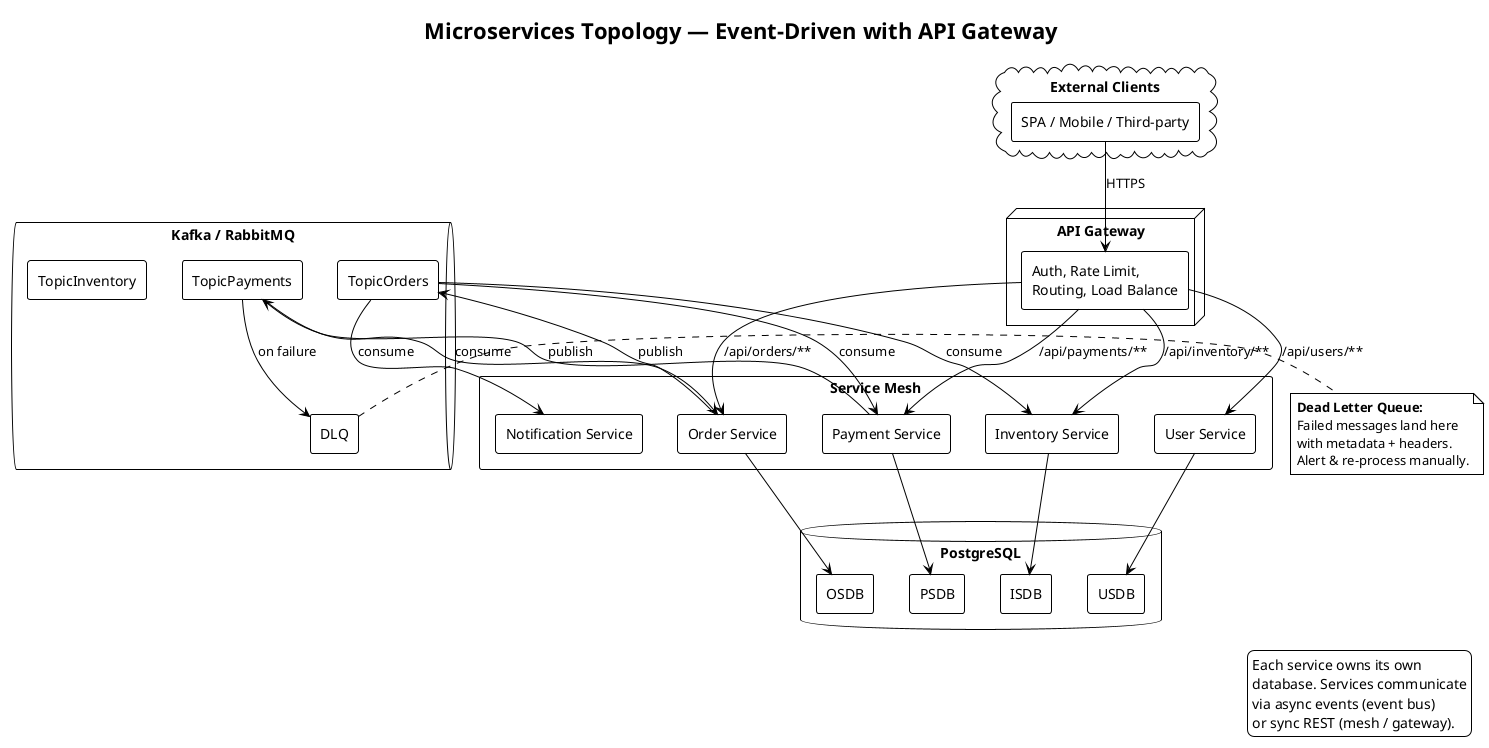
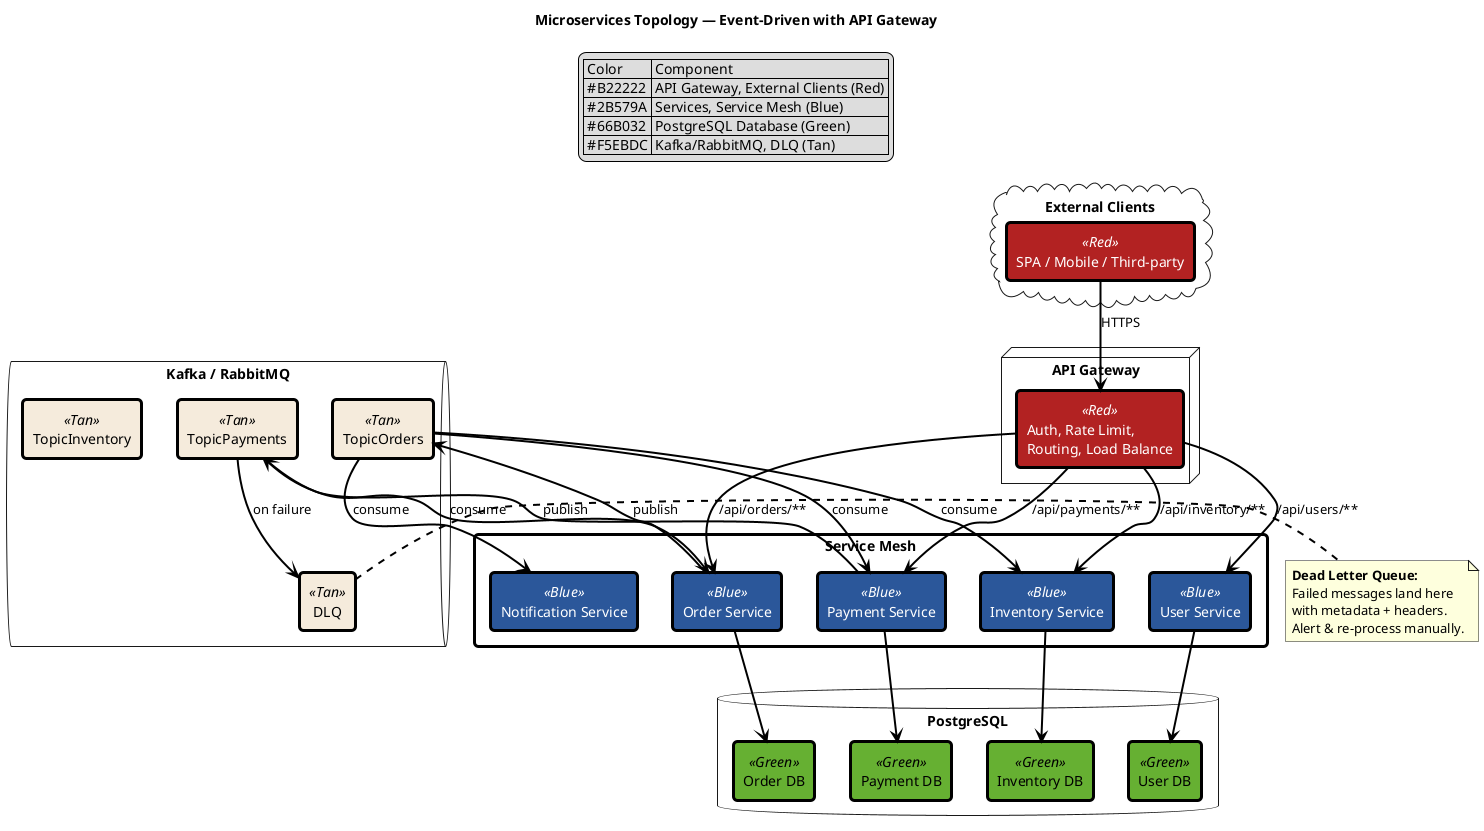
@startuml Microservices
- !theme plain

title Microservices Topology — Event-Driven with API Gateway

+ ' Color Palette Definitions
+ skinparam rectangle {
+     BorderColor #000000
+     BorderThickness 3
+     RoundCorner 8
+ }
+ skinparam arrow {
+     Color #000000
+     Thickness 2
+ }
+ skinparam defaultIconSize 16
+ 
+ ' Red - External/Boundary
+ skinparam cloud<<Red>> {
+     BackgroundColor #B22222
+     FontColor #FFFFFF
+ }
+ skinparam rectangle<<Red>> {
+     BackgroundColor #B22222
+     FontColor #FFFFFF
+ }
+ 
+ ' Blue - Services/Domain
+ skinparam rectangle<<Blue>> {
+     BackgroundColor #2B579A
+     FontColor #FFFFFF
+ }
+ skinparam node<<Blue>> {
+     BackgroundColor #2B579A
+     FontColor #FFFFFF
+ }
+ 
+ ' Green - Infrastructure (Database)
+ skinparam database<<Green>> {
+     BackgroundColor #66B032
+     FontColor #000000
+ }
+ skinparam rectangle<<Green>> {
+     BackgroundColor #66B032
+     FontColor #000000
+ }
+ 
+ ' Tan - Neutral/Shared (Event Bus)
+ skinparam queue<<Tan>> {
+     BackgroundColor #F5EBDC
+     FontColor #000000
+ }
+ skinparam rectangle<<Tan>> {
+     BackgroundColor #F5EBDC
+     FontColor #000000
+ }
+ 
cloud "External Clients" {
-     rectangle SPA as "SPA / Mobile / Third-party"
+     rectangle "SPA / Mobile / Third-party" <<Red>> as SPA
}

node "API Gateway" {
-     rectangle GW as "Auth, Rate Limit,\nRouting, Load Balance"
+     rectangle "Auth, Rate Limit,\nRouting, Load Balance" <<Red>> as GW
}

rectangle "Service Mesh" {
-     rectangle "User Service" as US
-     rectangle "Order Service" as OS
-     rectangle "Payment Service" as PS
-     rectangle "Inventory Service" as IS
-     rectangle "Notification Service" as NS
+     rectangle "User Service" <<Blue>> as US
+     rectangle "Order Service" <<Blue>> as OS
+     rectangle "Payment Service" <<Blue>> as PS
+     rectangle "Inventory Service" <<Blue>> as IS
+     rectangle "Notification Service" <<Blue>> as NS
}

database "PostgreSQL" {
-     rectangle USDB
-     rectangle OSDB
-     rectangle PSDB
-     rectangle ISDB
+     rectangle "User DB" <<Green>> as USDB
+     rectangle "Order DB" <<Green>> as OSDB
+     rectangle "Payment DB" <<Green>> as PSDB
+     rectangle "Inventory DB" <<Green>> as ISDB
}

queue "Kafka / RabbitMQ" {
-     rectangle TopicOrders
-     rectangle TopicPayments
-     rectangle TopicInventory
-     rectangle DLQ
+     rectangle "TopicOrders" <<Tan>> as TopicOrders
+     rectangle "TopicPayments" <<Tan>> as TopicPayments
+     rectangle "TopicInventory" <<Tan>> as TopicInventory
+     rectangle "DLQ" <<Tan>> as DLQ
}

SPA --> GW : HTTPS
GW --> US : /api/users/**
GW --> OS : /api/orders/**
GW --> PS : /api/payments/**
GW --> IS : /api/inventory/**

US --> USDB
OS --> OSDB
PS --> PSDB
IS --> ISDB

OS -right-> TopicOrders : publish
TopicOrders --> PS : consume
TopicOrders --> IS : consume
TopicOrders --> NS : consume

PS -right-> TopicPayments : publish
TopicPayments --> OS : consume
TopicPayments --> DLQ : on failure

note right of DLQ
  **Dead Letter Queue:**
  Failed messages land here
  with metadata + headers.
  Alert & re-process manually.
end note

- legend right
-   Each service owns its own
-   database. Services communicate
-   via async events (event bus)
-   or sync REST (mesh / gateway).
+ legend top
+   | Color | Component |
+   | #B22222 | API Gateway, External Clients (Red) |
+   | #2B579A | Services, Service Mesh (Blue) |
+   | #66B032 | PostgreSQL Database (Green) |
+   | #F5EBDC | Kafka/RabbitMQ, DLQ (Tan) |
endlegend

@enduml
